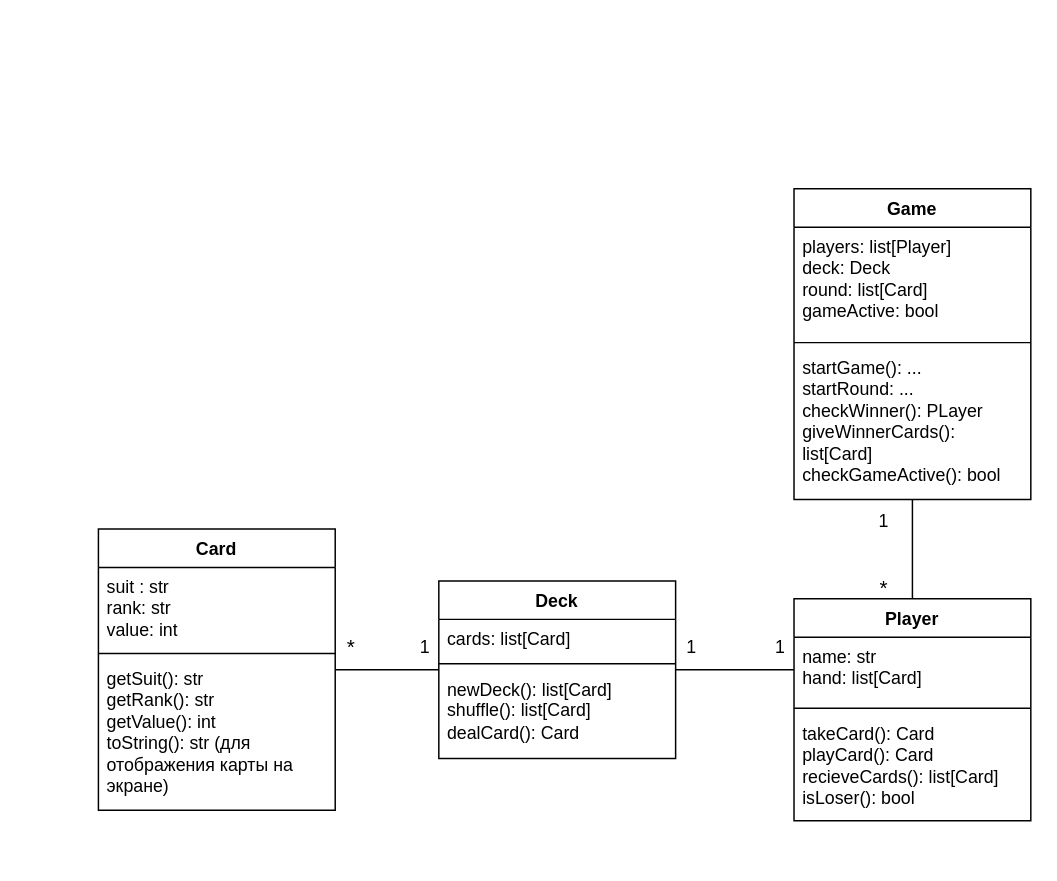
Before: пьяница.drawio in ksusha-g/Computer-Science, a draw.io diagram. Source tidied: cells renumbered, new cells numbered last; positions are measured from the earlier drawing's top-left corner, leaving out a move shared by most shapes. Both pictures are drawn from the tidied source at 148%, with x=0, y=0 at pixel (98, 188).
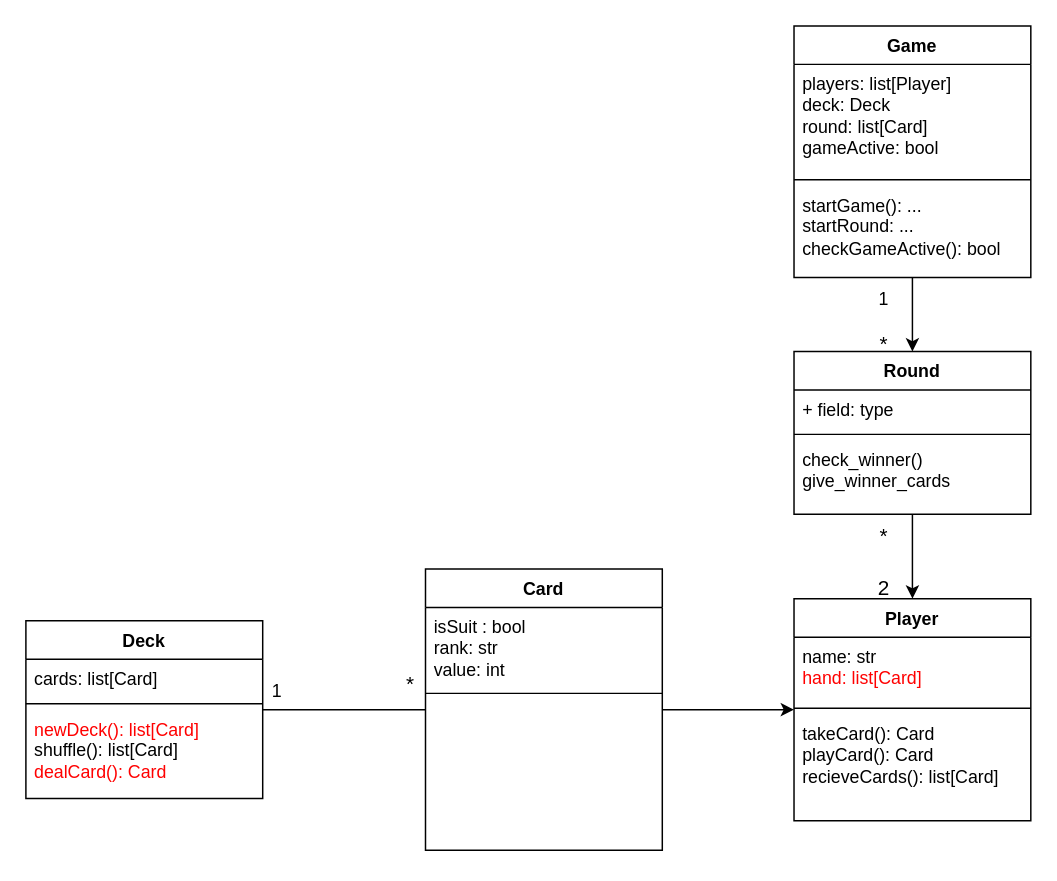
The same diagram, later.

Unchanged cells that the change refers to:
```xml
<mxCell id="8" value="Player" style="swimlane;fontStyle=1;align=center;verticalAlign=top;horizontal=1;startSize=26;whiteSpace=wrap;html=1;" parent="1" vertex="1">
  <mxGeometry x="470" y="277" width="160" height="150" as="geometry" />
</mxCell>
```

What changed in the source:
```diff
@@
+    <mxCell id="27" style="edgeStyle=orthogonalEdgeStyle;rounded=0;jettySize=auto;html=1;" parent="1" edge="1" source="3" target="8">
+      <mxGeometry relative="1" as="geometry" />
+    </mxCell>
     <mxCell id="3" value="Card" style="swimlane;fontStyle=1;align=center;verticalAlign=top;horizontal=1;startSize=26;whiteSpace=wrap;html=1;" parent="1" vertex="1">
-      <mxGeometry y="230" width="160" height="190" as="geometry" />
+      <mxGeometry x="221" y="257" width="160" height="190" as="geometry" />
     </mxCell>
-    <mxCell id="4" value="suit : str&lt;div&gt;rank: str&lt;/div&gt;&lt;div&gt;value: int&lt;/div&gt;" style="text;strokeColor=none;fillColor=none;align=left;verticalAlign=top;spacingLeft=4;spacingRight=4;overflow=hidden;whiteSpace=wrap;html=1;" parent="3" vertex="1">
+    <mxCell id="4" value="isSuit : bool&lt;div&gt;rank: str&lt;/div&gt;&lt;div&gt;value: int&lt;/div&gt;" style="text;strokeColor=none;fillColor=none;align=left;verticalAlign=top;spacingLeft=4;spacingRight=4;overflow=hidden;whiteSpace=wrap;html=1;" parent="3" vertex="1">
       <mxGeometry y="26" width="160" height="54" as="geometry" />
     </mxCell>
@@
-    <mxCell id="6" value="getSuit(): str&lt;div&gt;getRank(): str&lt;/div&gt;&lt;div&gt;getValue(): int&lt;/div&gt;&lt;div&gt;toString(): str (для отображения карты на экране)&lt;/div&gt;" style="text;strokeColor=none;fillColor=none;align=left;verticalAlign=top;spacingLeft=4;spacingRight=4;overflow=hidden;whiteSpace=wrap;html=1;" parent="3" vertex="1">
+    <mxCell id="6" value="&lt;br&gt;&lt;div&gt;&lt;br&gt;&lt;/div&gt;" style="text;strokeColor=none;fillColor=none;align=left;verticalAlign=top;spacingLeft=4;spacingRight=4;overflow=hidden;whiteSpace=wrap;html=1;" parent="3" vertex="1">
       <mxGeometry y="88" width="160" height="102" as="geometry" />
     </mxCell>
-    <mxCell id="7" style="edgeStyle=orthogonalEdgeStyle;rounded=0;jettySize=auto;html=1;endArrow=none;endFill=0;" parent="1" edge="1" source="8" target="16">
-      <mxGeometry relative="1" as="geometry" />
-    </mxCell>
@@
-    <mxCell id="9" value="name: str&lt;div&gt;hand: list[Card]&lt;/div&gt;" style="text;strokeColor=none;fillColor=none;align=left;verticalAlign=top;spacingLeft=4;spacingRight=4;overflow=hidden;points=[[0,0.5],[1,0.5]];portConstraint=eastwest;whiteSpace=wrap;html=1;" parent="8" vertex="1">
+    <mxCell id="9" value="name: str&lt;div&gt;&lt;font style=&quot;color: rgb(255, 0, 0);&quot;&gt;hand: list[Card]&lt;/font&gt;&lt;/div&gt;" style="text;strokeColor=none;fillColor=none;align=left;verticalAlign=top;spacingLeft=4;spacingRight=4;overflow=hidden;points=[[0,0.5],[1,0.5]];portConstraint=eastwest;whiteSpace=wrap;html=1;" parent="8" vertex="1">
       <mxGeometry y="26" width="160" height="44" as="geometry" />
     </mxCell>
@@
-    <mxCell id="11" value="takeCard(): Card&lt;div&gt;playCard(): Card&lt;/div&gt;&lt;div&gt;recieveCards(): list[Card]&lt;/div&gt;&lt;div&gt;isLoser(): bool&lt;/div&gt;" style="text;strokeColor=none;fillColor=none;align=left;verticalAlign=top;spacingLeft=4;spacingRight=4;overflow=hidden;whiteSpace=wrap;html=1;" parent="8" vertex="1">
+    <mxCell id="11" value="takeCard(): Card&lt;div&gt;playCard(): Card&lt;/div&gt;&lt;div&gt;recieveCards(): list[Card]&lt;/div&gt;&lt;div&gt;&lt;br&gt;&lt;/div&gt;" style="text;strokeColor=none;fillColor=none;align=left;verticalAlign=top;spacingLeft=4;spacingRight=4;overflow=hidden;whiteSpace=wrap;html=1;" parent="8" vertex="1">
       <mxGeometry y="78" width="160" height="72" as="geometry" />
     </mxCell>
     <mxCell id="12" value="Deck" style="swimlane;fontStyle=1;align=center;verticalAlign=top;horizontal=1;startSize=26;whiteSpace=wrap;html=1;" parent="1" vertex="1">
-      <mxGeometry x="230" y="265" width="160" height="120" as="geometry" />
+      <mxGeometry x="-49" y="292" width="160" height="120" as="geometry" />
     </mxCell>
@@
-    <mxCell id="15" value="newDeck(): list[Card]&lt;div&gt;shuffle(): list[Card]&lt;/div&gt;&lt;div&gt;dealCard(): Card&lt;/div&gt;" style="text;strokeColor=none;fillColor=none;align=left;verticalAlign=top;spacingLeft=4;spacingRight=4;overflow=hidden;whiteSpace=wrap;html=1;" parent="12" vertex="1">
+    <mxCell id="15" value="&lt;font style=&quot;color: rgb(255, 0, 0);&quot;&gt;newDeck(): list[Card]&lt;/font&gt;&lt;div&gt;shuffle(): list[Card]&lt;/div&gt;&lt;div&gt;&lt;font style=&quot;color: rgb(255, 0, 0);&quot;&gt;dealCard(): Card&lt;/font&gt;&lt;/div&gt;" style="text;strokeColor=none;fillColor=none;align=left;verticalAlign=top;spacingLeft=4;spacingRight=4;overflow=hidden;whiteSpace=wrap;html=1;" parent="12" vertex="1">
       <mxGeometry y="60" width="160" height="60" as="geometry" />
     </mxCell>
+    <mxCell id="28" style="edgeStyle=orthogonalEdgeStyle;rounded=0;jettySize=auto;html=1;" parent="1" edge="1" source="16" target="30">
+      <mxGeometry relative="1" as="geometry" />
+    </mxCell>
     <mxCell id="16" value="Game" style="swimlane;fontStyle=1;align=center;verticalAlign=top;horizontal=1;startSize=26;whiteSpace=wrap;html=1;" parent="1" vertex="1">
-      <mxGeometry x="470" width="160" height="210" as="geometry" />
+      <mxGeometry x="470" y="-110" width="160" height="170" as="geometry" />
     </mxCell>
@@
-    <mxCell id="19" value="startGame(): ...&lt;div&gt;startRound: ...&lt;/div&gt;&lt;div&gt;checkWinner(): PLayer&lt;/div&gt;&lt;div&gt;giveWinnerCards(): list[Card]&lt;/div&gt;&lt;div&gt;checkGameActive(): bool&lt;/div&gt;" style="text;strokeColor=none;fillColor=none;align=left;verticalAlign=top;spacingLeft=4;spacingRight=4;overflow=hidden;whiteSpace=wrap;html=1;" parent="16" vertex="1">
-      <mxGeometry y="108" width="160" height="102" as="geometry" />
+    <mxCell id="19" value="startGame(): ...&lt;div&gt;startRound: ...&lt;/div&gt;&lt;div&gt;&lt;span style=&quot;background-color: transparent; color: light-dark(rgb(0, 0, 0), rgb(255, 255, 255));&quot;&gt;checkGameActive(): bool&lt;/span&gt;&lt;/div&gt;" style="text;strokeColor=none;fillColor=none;align=left;verticalAlign=top;spacingLeft=4;spacingRight=4;overflow=hidden;whiteSpace=wrap;html=1;" parent="16" vertex="1">
+      <mxGeometry y="108" width="160" height="62" as="geometry" />
     </mxCell>
-    <mxCell id="20" style="edgeStyle=orthogonalEdgeStyle;rounded=0;jettySize=auto;html=1;endArrow=none;endFill=0;" parent="1" edge="1" source="9" target="12">
-      <mxGeometry relative="1" as="geometry" />
-    </mxCell>
     <mxCell id="21" value="1" style="text;html=1;whiteSpace=wrap;strokeColor=none;fillColor=none;align=center;verticalAlign=middle;rounded=0;" parent="1" vertex="1">
-      <mxGeometry x="371" y="295" width="60" height="30" as="geometry" />
+      <mxGeometry x="501" y="60" width="60" height="30" as="geometry" />
     </mxCell>
     <mxCell id="22" value="&lt;font style=&quot;font-size: 14px;&quot;&gt;*&lt;/font&gt;" style="text;html=1;whiteSpace=wrap;strokeColor=none;fillColor=none;align=center;verticalAlign=middle;rounded=0;" parent="1" vertex="1">
-      <mxGeometry x="141" y="295" width="60" height="30" as="geometry" />
+      <mxGeometry x="181" y="320" width="60" height="30" as="geometry" />
     </mxCell>
     <mxCell id="23" value="1" style="text;html=1;whiteSpace=wrap;strokeColor=none;fillColor=none;align=center;verticalAlign=middle;rounded=0;" parent="1" vertex="1">
-      <mxGeometry x="191" y="295" width="60" height="30" as="geometry" />
+      <mxGeometry x="91" y="325" width="60" height="30" as="geometry" />
     </mxCell>
-    <mxCell id="24" value="1" style="text;html=1;whiteSpace=wrap;strokeColor=none;fillColor=none;align=center;verticalAlign=middle;rounded=0;" parent="1" vertex="1">
-      <mxGeometry x="501" y="210" width="60" height="30" as="geometry" />
-    </mxCell>
-    <mxCell id="25" value="&lt;font style=&quot;font-size: 14px;&quot;&gt;*&lt;/font&gt;" style="text;html=1;whiteSpace=wrap;strokeColor=none;fillColor=none;align=center;verticalAlign=middle;rounded=0;" parent="1" vertex="1">
+    <mxCell id="25" value="&lt;font style=&quot;font-size: 14px;&quot;&gt;2&lt;/font&gt;" style="text;html=1;whiteSpace=wrap;strokeColor=none;fillColor=none;align=center;verticalAlign=middle;rounded=0;" parent="1" vertex="1">
       <mxGeometry x="501" y="255" width="60" height="30" as="geometry" />
     </mxCell>
-    <mxCell id="26" value="1" style="text;html=1;whiteSpace=wrap;strokeColor=none;fillColor=none;align=center;verticalAlign=middle;rounded=0;" parent="1" vertex="1">
-      <mxGeometry x="431" y="295" width="60" height="30" as="geometry" />
-    </mxCell>
+    <mxCell id="29" style="edgeStyle=orthogonalEdgeStyle;rounded=0;jettySize=auto;html=1;" parent="1" edge="1" source="30" target="8">
+      <mxGeometry relative="1" as="geometry" />
+    </mxCell>
+    <mxCell id="30" value="Round&lt;div&gt;&lt;br&gt;&lt;/div&gt;" style="swimlane;fontStyle=1;align=center;verticalAlign=top;horizontal=1;startSize=26;whiteSpace=wrap;html=1;" parent="1" vertex="1">
+      <mxGeometry x="470" y="110" width="160" height="110" as="geometry" />
+    </mxCell>
+    <mxCell id="31" value="+ field: type" style="text;strokeColor=none;fillColor=none;align=left;verticalAlign=top;spacingLeft=4;spacingRight=4;overflow=hidden;whiteSpace=wrap;html=1;" parent="30" vertex="1">
+      <mxGeometry y="26" width="160" height="26" as="geometry" />
+    </mxCell>
+    <mxCell id="32" style="line;strokeWidth=1;fillColor=none;align=left;verticalAlign=middle;spacingTop=-1;spacingLeft=3;spacingRight=3;labelPosition=right;strokeColor=inherit;" parent="30" vertex="1">
+      <mxGeometry y="52" width="160" height="8" as="geometry" />
+    </mxCell>
+    <mxCell id="33" value="check_winner()&lt;div&gt;give_winner_cards&lt;/div&gt;" style="text;strokeColor=none;fillColor=none;align=left;verticalAlign=top;spacingLeft=4;spacingRight=4;overflow=hidden;whiteSpace=wrap;html=1;" parent="30" vertex="1">
+      <mxGeometry y="60" width="160" height="50" as="geometry" />
+    </mxCell>
+    <mxCell id="34" value="&lt;font style=&quot;font-size: 14px;&quot;&gt;*&lt;/font&gt;" style="text;html=1;whiteSpace=wrap;strokeColor=none;fillColor=none;align=center;verticalAlign=middle;rounded=0;" parent="1" vertex="1">
+      <mxGeometry x="501" y="90" width="60" height="30" as="geometry" />
+    </mxCell>
+    <mxCell id="35" value="&lt;font style=&quot;font-size: 14px;&quot;&gt;*&lt;/font&gt;" style="text;html=1;whiteSpace=wrap;strokeColor=none;fillColor=none;align=center;verticalAlign=middle;rounded=0;" parent="1" vertex="1">
+      <mxGeometry x="501" y="220" width="60" height="30" as="geometry" />
+    </mxCell>
```
